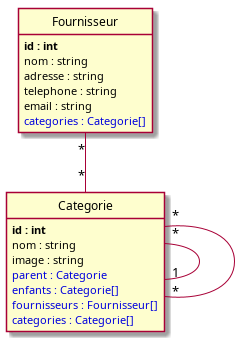
Earlier version of the PlantUML export puml/index.png (GayaPogh/VillageGreen). Its source is kept beside it as puml/index.puml.
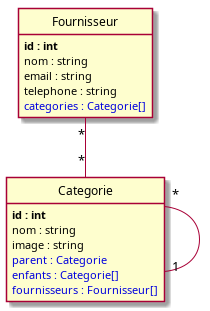
After the change.

The edit, as a diff of the source:
```diff
@@ -2,9 +2,8 @@
 class Fournisseur {
 	**id : int**
 	nom : string
-	adresse : string
+	email : string
 	telephone : string
-	email : string
 	<color:#0000dd>categories : Categorie[]</color>
 }
 
@@ -15,12 +14,10 @@
 	<color:#0000dd>parent : Categorie</color>
 	<color:#0000dd>enfants : Categorie[]</color>
 	<color:#0000dd>fournisseurs : Fournisseur[]</color>
-	<color:#0000dd>categories : Categorie[]</color>
 }
 
 Fournisseur "*"--"*" Categorie
 Categorie "*"--"1" Categorie
-Categorie "*"--"*" Categorie
 
 
 hide methods
```
